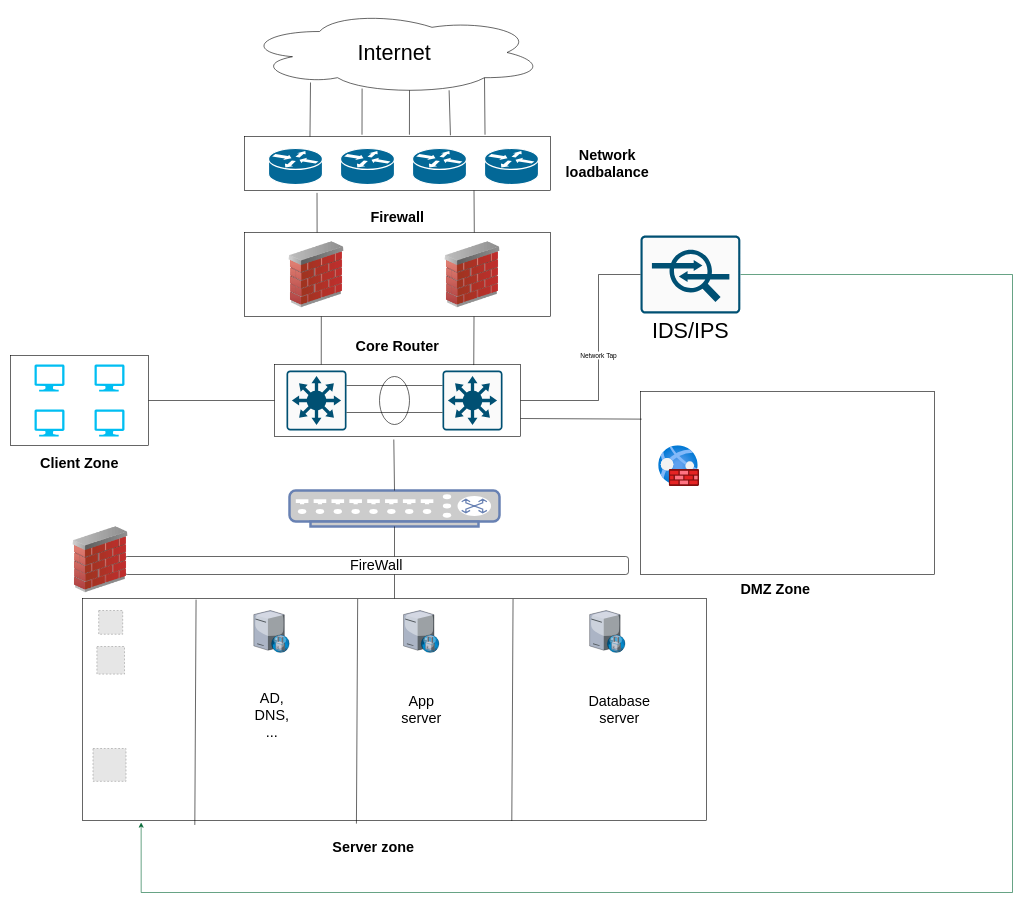
Earlier version of the draw.io diagram page "Page-4" (4 of 4) of Untitled Diagram.drawio (ManhKhoa1507/Temp). Source tidied: cells renumbered, new cells numbered last; positions are measured from the earlier drawing's top-left corner, leaving out a move shared by most shapes. Both pictures are drawn from the tidied source at 60%, with x=0, y=0 at pixel (10, 10). Pictures stored in the file or linked from it are replaced by grey dashed boxes.
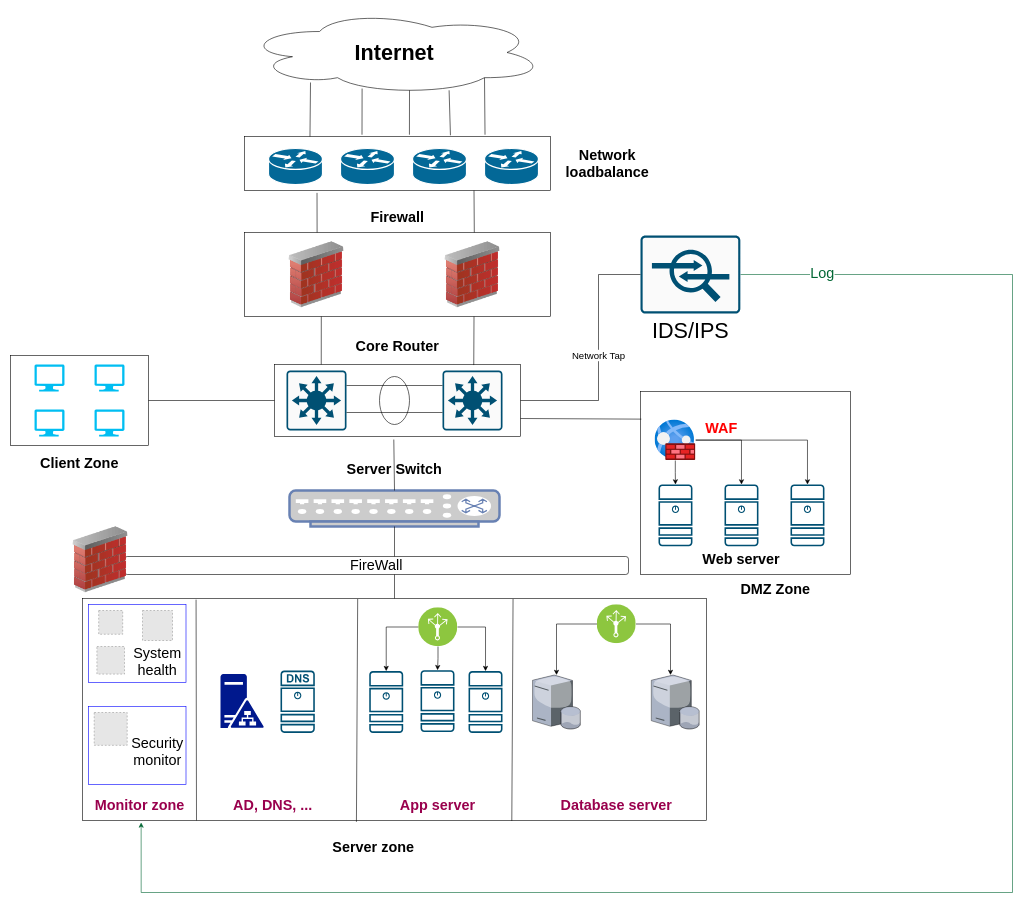
After the change.

Unchanged cells that the change refers to:
```xml
<mxCell id="2" style="rounded=0;whiteSpace=wrap;html=1;fontSize=36;" parent="1" vertex="1">
  <mxGeometry x="440" y="590" width="410" height="120" as="geometry" />
</mxCell>
<mxCell id="24" style="edgeStyle=orthogonalEdgeStyle;rounded=0;jettySize=auto;html=1;exitX=1;exitY=0.5;exitDx=0;exitDy=0;exitPerimeter=0;entryX=0.094;entryY=1.009;entryDx=0;entryDy=0;entryPerimeter=0;strokeColor=#006633;" parent="1" edge="1" source="25" target="41">
  <mxGeometry relative="1" as="geometry">
    <Array as="points">
      <mxPoint x="1670" y="440" />
      <mxPoint x="1670" y="1470" />
      <mxPoint x="218" y="1470" />
    </Array>
  </mxGeometry>
</mxCell>
<mxCell id="25" value="IDS/IPS" style="sketch=0;points=[[0.015,0.015,0],[0.985,0.015,0],[0.985,0.985,0],[0.015,0.985,0],[0.25,0,0],[0.5,0,0],[0.75,0,0],[1,0.25,0],[1,0.5,0],[1,0.75,0],[0.75,1,0],[0.5,1,0],[0.25,1,0],[0,0.75,0],[0,0.5,0],[0,0.25,0]];verticalLabelPosition=bottom;html=1;verticalAlign=top;align=center;shape=mxgraph.cisco19.rect;prIcon=ips_ids;fillColor=#FAFAFA;strokeColor=#005073;fontSize=36;" parent="1" vertex="1">
  <mxGeometry x="1050" y="375" width="166.4" height="130" as="geometry" />
</mxCell>
<mxCell id="41" style="rounded=0;whiteSpace=wrap;html=1;fontSize=24;" parent="1" vertex="1">
  <mxGeometry x="120" y="980" width="1040" height="370" as="geometry" />
</mxCell>
```

What changed in the source:
```diff
@@
-    <mxCell id="5" value="&lt;font style=&quot;font-size: 36px;&quot;&gt;Internet&lt;/font&gt;" style="ellipse;shape=cloud;whiteSpace=wrap;html=1;" parent="1" vertex="1">
+    <mxCell id="5" value="&lt;font style=&quot;font-size: 36px;&quot;&gt;&lt;b&gt;Internet&lt;/b&gt;&lt;/font&gt;" style="ellipse;shape=cloud;whiteSpace=wrap;html=1;" parent="1" vertex="1">
       <mxGeometry x="390" width="500" height="140" as="geometry" />
     </mxCell>
@@
+    <mxCell id="62" value="&lt;font style=&quot;font-size: 24px;&quot; color=&quot;#006633&quot;&gt;Log&lt;/font&gt;" style="edgeLabel;html=1;align=center;verticalAlign=middle;fontSize=16;fontColor=#FF0000;" parent="24" vertex="1">
+      <mxGeometry x="-0.91" y="3" relative="1" as="geometry">
+        <mxPoint x="-1" as="offset" />
+      </mxGeometry>
+    </mxCell>
@@
-    <mxCell id="26" value="Network Tap" style="endArrow=none;html=1;rounded=0;entryX=0;entryY=0.5;entryDx=0;entryDy=0;entryPerimeter=0;exitX=1;exitY=0.5;exitDx=0;exitDy=0;" parent="1" edge="1" source="2" target="25">
+    <mxCell id="26" value="&lt;font style=&quot;font-size: 16px;&quot;&gt;Network Tap&lt;/font&gt;" style="endArrow=none;html=1;rounded=0;entryX=0;entryY=0.5;entryDx=0;entryDy=0;entryPerimeter=0;exitX=1;exitY=0.5;exitDx=0;exitDy=0;" parent="1" edge="1" source="2" target="25">
       <mxGeometry relative="1" as="geometry">
         <Array as="points">
           <mxPoint x="980" y="650" />
           <mxPoint x="980" y="440" />
         </Array>
       </mxGeometry>
     </mxCell>
@@
     <mxCell id="38" style="rounded=0;whiteSpace=wrap;html=1;" parent="1" vertex="1">
-      <mxGeometry x="1050" y="635" width="490" height="305" as="geometry" />
+      <mxGeometry x="1050" y="635" width="350" height="305" as="geometry" />
     </mxCell>
@@
-    <mxCell id="45" style="endArrow=none;html=1;rounded=0;fontSize=24;entryX=0.182;entryY=0.005;entryDx=0;entryDy=0;entryPerimeter=0;exitX=0.18;exitY=1.02;exitDx=0;exitDy=0;exitPerimeter=0;" parent="1" edge="1" source="41" target="41">
-      <mxGeometry relative="1" as="geometry" />
+    <mxCell id="45" style="endArrow=none;html=1;rounded=0;fontSize=24;entryX=0.182;entryY=0.005;entryDx=0;entryDy=0;entryPerimeter=0;" parent="1" edge="1" target="41">
+      <mxGeometry relative="1" as="geometry">
+        <mxPoint x="310" y="1350" as="sourcePoint" />
+      </mxGeometry>
     </mxCell>
-    <mxCell id="46" style="endArrow=none;html=1;rounded=0;fontSize=24;entryX=0.441;entryY=0.002;entryDx=0;entryDy=0;entryPerimeter=0;exitX=0.439;exitY=1.014;exitDx=0;exitDy=0;exitPerimeter=0;" parent="1" edge="1" source="41" target="41">
+    <mxCell id="46" style="endArrow=none;html=1;rounded=0;fontSize=24;entryX=0.441;entryY=0.002;entryDx=0;entryDy=0;entryPerimeter=0;exitX=0.439;exitY=1.006;exitDx=0;exitDy=0;exitPerimeter=0;" parent="1" edge="1" source="41" target="41">
       <mxGeometry relative="1" as="geometry" />
     </mxCell>
@@
     <mxCell id="50" style="fillColor=#E6E6E6;strokeColor=#999999;dashed=1;verticalLabelPosition=bottom;labelBackgroundColor=default;verticalAlign=top;" parent="1" vertex="1">
-      <mxGeometry x="137.5" y="1230" width="55" height="54.7" as="geometry" />
+      <mxGeometry x="139.5" y="1170" width="55" height="54.7" as="geometry" />
     </mxCell>
-    <mxCell id="51" value="AD, DNS, ..." style="text;html=1;strokeColor=none;fillColor=none;align=center;verticalAlign=middle;whiteSpace=wrap;rounded=0;fontSize=24;" parent="1" vertex="1">
-      <mxGeometry x="405.5" y="1160" width="60" height="30" as="geometry" />
+    <mxCell id="51" value="&lt;b&gt;&lt;font color=&quot;#99004d&quot;&gt;AD, DNS, ...&lt;/font&gt;&lt;/b&gt;" style="text;html=1;strokeColor=none;fillColor=none;align=center;verticalAlign=middle;whiteSpace=wrap;rounded=0;fontSize=24;" parent="1" vertex="1">
+      <mxGeometry x="370" y="1310" width="135" height="30" as="geometry" />
     </mxCell>
@@
-    <mxCell id="53" value="App server" style="text;html=1;strokeColor=none;fillColor=none;align=center;verticalAlign=middle;whiteSpace=wrap;rounded=0;fontSize=24;" parent="1" vertex="1">
-      <mxGeometry x="655" y="1150" width="60" height="30" as="geometry" />
+    <mxCell id="53" value="&lt;b&gt;&lt;font color=&quot;#99004d&quot;&gt;App server&lt;/font&gt;&lt;/b&gt;" style="text;html=1;strokeColor=none;fillColor=none;align=center;verticalAlign=middle;whiteSpace=wrap;rounded=0;fontSize=24;" parent="1" vertex="1">
+      <mxGeometry x="643.9" y="1310" width="135.5" height="30" as="geometry" />
     </mxCell>
-    <mxCell id="54" value="Database server" style="text;html=1;strokeColor=none;fillColor=none;align=center;verticalAlign=middle;whiteSpace=wrap;rounded=0;fontSize=24;" parent="1" vertex="1">
-      <mxGeometry x="980" y="1150" width="70" height="30" as="geometry" />
+    <mxCell id="54" value="&lt;b&gt;&lt;font color=&quot;#99004d&quot;&gt;Database server&lt;/font&gt;&lt;/b&gt;" style="text;html=1;strokeColor=none;fillColor=none;align=center;verticalAlign=middle;whiteSpace=wrap;rounded=0;fontSize=24;" parent="1" vertex="1">
+      <mxGeometry x="910" y="1310" width="200" height="30" as="geometry" />
     </mxCell>
+    <mxCell id="63" style="edgeStyle=orthogonalEdgeStyle;rounded=0;jettySize=auto;html=1;" parent="1" edge="1" source="55" target="87">
+      <mxGeometry relative="1" as="geometry" />
+    </mxCell>
+    <mxCell id="64" style="edgeStyle=orthogonalEdgeStyle;rounded=0;jettySize=auto;html=1;entryX=0.5;entryY=0;entryDx=0;entryDy=0;entryPerimeter=0;" parent="1" edge="1" source="55" target="88">
+      <mxGeometry relative="1" as="geometry" />
+    </mxCell>
+    <mxCell id="65" style="edgeStyle=orthogonalEdgeStyle;rounded=0;jettySize=auto;html=1;entryX=0.5;entryY=0;entryDx=0;entryDy=0;entryPerimeter=0;" parent="1" edge="1" source="55" target="89">
+      <mxGeometry relative="1" as="geometry" />
+    </mxCell>
     <mxCell id="55" style="html=1;points=[];align=center;image;fontSize=12;image=img/lib/azure2/networking/Web_Application_Firewall_Policies_WAF.svg;" parent="1" vertex="1">
-      <mxGeometry x="1080" y="725" width="68" height="68" as="geometry" />
+      <mxGeometry x="1074" y="682" width="68" height="68" as="geometry" />
     </mxCell>
-    <mxCell id="56" style="verticalLabelPosition=bottom;sketch=0;html=1;verticalAlign=top;strokeColor=none;align=center;shape=mxgraph.citrix.proxy_server;fontSize=24;" parent="1" vertex="1">
-      <mxGeometry x="655" y="1000" width="59.5" height="70" as="geometry" />
-    </mxCell>
-    <mxCell id="57" style="verticalLabelPosition=bottom;sketch=0;html=1;verticalAlign=top;strokeColor=none;align=center;shape=mxgraph.citrix.proxy_server;fontSize=24;" parent="1" vertex="1">
-      <mxGeometry x="405.5" y="1000" width="59.5" height="70" as="geometry" />
-    </mxCell>
-    <mxCell id="58" style="verticalLabelPosition=bottom;sketch=0;html=1;verticalAlign=top;strokeColor=none;align=center;shape=mxgraph.citrix.proxy_server;fontSize=24;" parent="1" vertex="1">
-      <mxGeometry x="965.2" y="1000" width="59.5" height="70" as="geometry" />
-    </mxCell>
@@
+    <mxCell id="66" style="rounded=0;whiteSpace=wrap;html=1;fillColor=none;strokeColor=#0000FF;" parent="1" vertex="1">
+      <mxGeometry x="130" y="990" width="162.5" height="130.2" as="geometry" />
+    </mxCell>
+    <mxCell id="67" value="Security monitor" style="text;html=1;strokeColor=none;fillColor=none;align=center;verticalAlign=middle;whiteSpace=wrap;rounded=0;fontSize=24;" parent="1" vertex="1">
+      <mxGeometry x="215" y="1220.1" width="60" height="30" as="geometry" />
+    </mxCell>
+    <mxCell id="68" value="System health" style="text;html=1;strokeColor=none;fillColor=none;align=center;verticalAlign=middle;whiteSpace=wrap;rounded=0;fontSize=24;" parent="1" vertex="1">
+      <mxGeometry x="215" y="1070" width="60" height="30" as="geometry" />
+    </mxCell>
+    <mxCell id="69" style="fillColor=#E6E6E6;strokeColor=#999999;dashed=1;verticalLabelPosition=bottom;labelBackgroundColor=default;verticalAlign=top;" parent="1" vertex="1">
+      <mxGeometry x="220" y="1000" width="50" height="50" as="geometry" />
+    </mxCell>
+    <mxCell id="70" style="rounded=0;whiteSpace=wrap;html=1;fillColor=none;strokeColor=#0000FF;" parent="1" vertex="1">
+      <mxGeometry x="130" y="1160" width="162.5" height="130.2" as="geometry" />
+    </mxCell>
+    <mxCell id="71" value="&lt;b&gt;&lt;font color=&quot;#99004d&quot;&gt;Monitor zone&lt;/font&gt;&lt;/b&gt;" style="text;html=1;strokeColor=none;fillColor=none;align=center;verticalAlign=middle;whiteSpace=wrap;rounded=0;fontSize=24;" parent="1" vertex="1">
+      <mxGeometry x="130" y="1310" width="171.2" height="30" as="geometry" />
+    </mxCell>
+    <mxCell id="72" value="&lt;span style=&quot;font-size: 24px;&quot;&gt;&lt;b&gt;Server Switch&lt;/b&gt;&lt;/span&gt;" style="text;html=1;strokeColor=none;fillColor=none;align=center;verticalAlign=middle;whiteSpace=wrap;rounded=0;" parent="1" vertex="1">
+      <mxGeometry x="510" y="750" width="260" height="30" as="geometry" />
+    </mxCell>
+    <mxCell id="73" style="sketch=0;shadow=0;dashed=0;html=1;strokeColor=none;labelPosition=center;verticalLabelPosition=bottom;verticalAlign=top;align=center;fillColor=#00188D;shape=mxgraph.mscae.enterprise.ad_fs;" parent="1" vertex="1">
+      <mxGeometry x="350" y="1106" width="72" height="90" as="geometry" />
+    </mxCell>
+    <mxCell id="74" style="sketch=0;verticalLabelPosition=bottom;html=1;verticalAlign=top;align=center;shape=mxgraph.cisco19.dns_server;fillColor=#005073;strokeColor=none;" parent="1" vertex="1">
+      <mxGeometry x="450" y="1100" width="57.2" height="104" as="geometry" />
+    </mxCell>
+    <mxCell id="75" style="edgeStyle=orthogonalEdgeStyle;rounded=0;jettySize=auto;html=1;entryX=0.5;entryY=0;entryDx=0;entryDy=0;entryPerimeter=0;" parent="1" edge="1" source="78" target="79">
+      <mxGeometry relative="1" as="geometry" />
+    </mxCell>
+    <mxCell id="76" style="edgeStyle=orthogonalEdgeStyle;rounded=0;jettySize=auto;html=1;" parent="1" edge="1" source="78" target="80">
+      <mxGeometry relative="1" as="geometry" />
+    </mxCell>
+    <mxCell id="77" style="edgeStyle=orthogonalEdgeStyle;rounded=0;jettySize=auto;html=1;entryX=0.5;entryY=0;entryDx=0;entryDy=0;entryPerimeter=0;" parent="1" edge="1" source="78" target="81">
+      <mxGeometry relative="1" as="geometry" />
+    </mxCell>
+    <mxCell id="78" style="perimeter=ellipsePerimeter;html=1;align=center;shadow=0;dashed=0;fontColor=#4277BB;labelBackgroundColor=#ffffff;fontSize=12;spacingTop=3;image;image=img/lib/ibm/infrastructure/load_balancing_routing.svg;strokeColor=#0000FF;fillColor=none;" parent="1" vertex="1">
+      <mxGeometry x="680" y="995" width="65" height="65" as="geometry" />
+    </mxCell>
+    <mxCell id="79" style="sketch=0;points=[[0.015,0.015,0],[0.985,0.015,0],[0.985,0.985,0],[0.015,0.985,0],[0.25,0,0],[0.5,0,0],[0.75,0,0],[1,0.25,0],[1,0.5,0],[1,0.75,0],[0.75,1,0],[0.5,1,0],[0.25,1,0],[0,0.75,0],[0,0.5,0],[0,0.25,0]];verticalLabelPosition=bottom;html=1;verticalAlign=top;align=center;shape=mxgraph.cisco19.server;fillColor=#005073;strokeColor=none;" parent="1" vertex="1">
+      <mxGeometry x="597.9" y="1101" width="56.6" height="103" as="geometry" />
+    </mxCell>
+    <mxCell id="80" style="sketch=0;points=[[0.015,0.015,0],[0.985,0.015,0],[0.985,0.985,0],[0.015,0.985,0],[0.25,0,0],[0.5,0,0],[0.75,0,0],[1,0.25,0],[1,0.5,0],[1,0.75,0],[0.75,1,0],[0.5,1,0],[0.25,1,0],[0,0.75,0],[0,0.5,0],[0,0.25,0]];verticalLabelPosition=bottom;html=1;verticalAlign=top;align=center;shape=mxgraph.cisco19.server;fillColor=#005073;strokeColor=none;" parent="1" vertex="1">
+      <mxGeometry x="683.4" y="1099.5" width="56.6" height="103" as="geometry" />
+    </mxCell>
+    <mxCell id="81" style="sketch=0;points=[[0.015,0.015,0],[0.985,0.015,0],[0.985,0.985,0],[0.015,0.985,0],[0.25,0,0],[0.5,0,0],[0.75,0,0],[1,0.25,0],[1,0.5,0],[1,0.75,0],[0.75,1,0],[0.5,1,0],[0.25,1,0],[0,0.75,0],[0,0.5,0],[0,0.25,0]];verticalLabelPosition=bottom;html=1;verticalAlign=top;align=center;shape=mxgraph.cisco19.server;fillColor=#005073;strokeColor=none;" parent="1" vertex="1">
+      <mxGeometry x="763.4" y="1101" width="56.6" height="103" as="geometry" />
+    </mxCell>
+    <mxCell id="82" style="edgeStyle=orthogonalEdgeStyle;rounded=0;jettySize=auto;html=1;" parent="1" edge="1" source="84" target="85">
+      <mxGeometry relative="1" as="geometry" />
+    </mxCell>
+    <mxCell id="83" style="edgeStyle=orthogonalEdgeStyle;rounded=0;jettySize=auto;html=1;" parent="1" edge="1" source="84" target="86">
+      <mxGeometry relative="1" as="geometry">
+        <Array as="points">
+          <mxPoint x="1100" y="1023" />
+        </Array>
+      </mxGeometry>
+    </mxCell>
+    <mxCell id="84" style="perimeter=ellipsePerimeter;html=1;align=center;shadow=0;dashed=0;fontColor=#4277BB;labelBackgroundColor=#ffffff;fontSize=12;spacingTop=3;image;image=img/lib/ibm/infrastructure/load_balancing_routing.svg;strokeColor=#0000FF;fillColor=none;" parent="1" vertex="1">
+      <mxGeometry x="977.5" y="990" width="65" height="65" as="geometry" />
+    </mxCell>
+    <mxCell id="85" style="verticalLabelPosition=bottom;sketch=0;html=1;verticalAlign=top;strokeColor=none;align=center;outlineConnect=0;shape=mxgraph.citrix.database_server;fillColor=none;" parent="1" vertex="1">
+      <mxGeometry x="870" y="1107.5" width="80" height="90" as="geometry" />
+    </mxCell>
+    <mxCell id="86" style="verticalLabelPosition=bottom;sketch=0;html=1;verticalAlign=top;strokeColor=none;align=center;outlineConnect=0;shape=mxgraph.citrix.database_server;fillColor=none;" parent="1" vertex="1">
+      <mxGeometry x="1068" y="1107.5" width="80" height="90" as="geometry" />
+    </mxCell>
+    <mxCell id="87" style="sketch=0;points=[[0.015,0.015,0],[0.985,0.015,0],[0.985,0.985,0],[0.015,0.985,0],[0.25,0,0],[0.5,0,0],[0.75,0,0],[1,0.25,0],[1,0.5,0],[1,0.75,0],[0.75,1,0],[0.5,1,0],[0.25,1,0],[0,0.75,0],[0,0.5,0],[0,0.25,0]];verticalLabelPosition=bottom;html=1;verticalAlign=top;align=center;shape=mxgraph.cisco19.server;fillColor=#005073;strokeColor=none;" parent="1" vertex="1">
+      <mxGeometry x="1080" y="790" width="56.6" height="103" as="geometry" />
+    </mxCell>
+    <mxCell id="88" style="sketch=0;points=[[0.015,0.015,0],[0.985,0.015,0],[0.985,0.985,0],[0.015,0.985,0],[0.25,0,0],[0.5,0,0],[0.75,0,0],[1,0.25,0],[1,0.5,0],[1,0.75,0],[0.75,1,0],[0.5,1,0],[0.25,1,0],[0,0.75,0],[0,0.5,0],[0,0.25,0]];verticalLabelPosition=bottom;html=1;verticalAlign=top;align=center;shape=mxgraph.cisco19.server;fillColor=#005073;strokeColor=none;" parent="1" vertex="1">
+      <mxGeometry x="1190" y="790" width="56.6" height="103" as="geometry" />
+    </mxCell>
+    <mxCell id="89" style="sketch=0;points=[[0.015,0.015,0],[0.985,0.015,0],[0.985,0.985,0],[0.015,0.985,0],[0.25,0,0],[0.5,0,0],[0.75,0,0],[1,0.25,0],[1,0.5,0],[1,0.75,0],[0.75,1,0],[0.5,1,0],[0.25,1,0],[0,0.75,0],[0,0.5,0],[0,0.25,0]];verticalLabelPosition=bottom;html=1;verticalAlign=top;align=center;shape=mxgraph.cisco19.server;fillColor=#005073;strokeColor=none;" parent="1" vertex="1">
+      <mxGeometry x="1300" y="790" width="56.6" height="103" as="geometry" />
+    </mxCell>
+    <mxCell id="90" value="&lt;font color=&quot;#ff0000&quot; style=&quot;font-size: 24px;&quot;&gt;&lt;b&gt;WAF&lt;/b&gt;&lt;/font&gt;" style="text;html=1;strokeColor=none;fillColor=none;align=center;verticalAlign=middle;whiteSpace=wrap;rounded=0;" parent="1" vertex="1">
+      <mxGeometry x="1110" y="682" width="150" height="30" as="geometry" />
+    </mxCell>
+    <mxCell id="91" value="&lt;b&gt;Web server&lt;/b&gt;" style="text;html=1;strokeColor=none;fillColor=none;align=center;verticalAlign=middle;whiteSpace=wrap;rounded=0;fontSize=24;" parent="1" vertex="1">
+      <mxGeometry x="1118.3" y="900" width="200" height="30" as="geometry" />
+    </mxCell>
```
